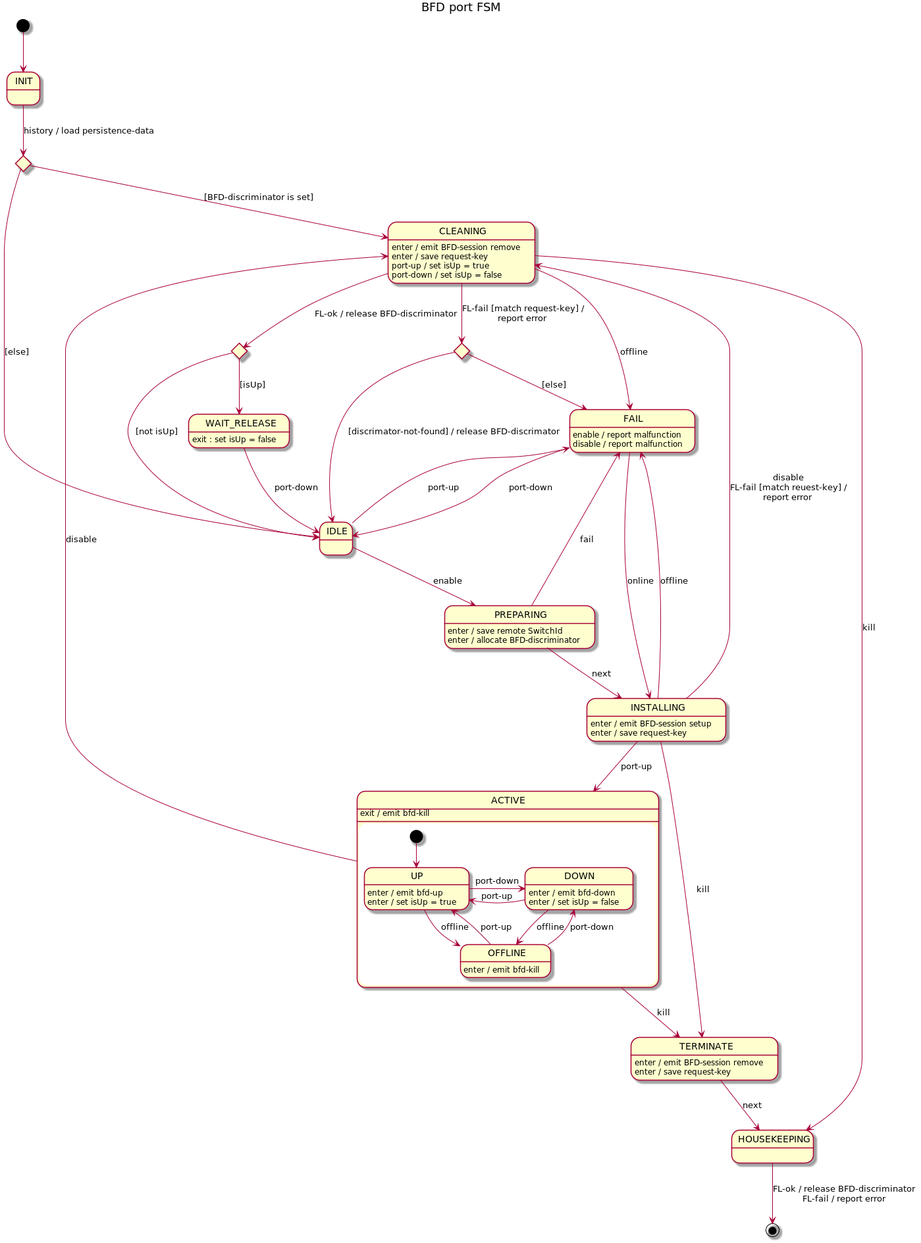
This is docs/design/network-discovery/bfd-port-FSM.png from telstra/open-kilda, a PlantUML export, as it was before one commit. Source of this version:
```plantuml
@startuml
title BFD port FSM

[*] --> INIT

state initChoice <<choice>>
INIT --> initChoice : history / load persistence-data

initChoice --> IDLE : [else]
initChoice --> CLEANING : [BFD-discriminator is set]

IDLE --> PREPARING : enable
IDLE --> FAIL : port-up

PREPARING --> INSTALLING : next
PREPARING --> FAIL : fail
PREPARING : enter / save remote SwitchId
PREPARING : enter / allocate BFD-discriminator

INSTALLING --> ACTIVE : port-up
INSTALLING --> CLEANING : disable\nFL-fail [match reuest-key] /\nreport error
INSTALLING --> FAIL : offline
INSTALLING --> TERMINATE : kill
INSTALLING : enter / emit BFD-session setup
INSTALLING : enter / save request-key

state failChoice <<choice>>
state cleaningChoice <<choice>>

CLEANING --> cleaningChoice : FL-ok / release BFD-discriminator
CLEANING --> failChoice : FL-fail [match request-key] /\nreport error
CLEANING --> FAIL : offline
CLEANING --> HOUSEKEEPING : kill
CLEANING : enter / emit BFD-session remove
CLEANING : enter / save request-key
CLEANING : port-up / set isUp = true
CLEANING : port-down / set isUp = false

failChoice --> IDLE : [discrimator-not-found] / release BFD-discrimator
failChoice --> FAIL : [else]

cleaningChoice --> IDLE : [not isUp]
cleaningChoice --> WAIT_RELEASE : [isUp]

WAIT_RELEASE --> IDLE : port-down
WAIT_RELEASE : exit : set isUp = false

state ACTIVE {
    [*] --> UP

    UP -r-> DOWN : port-down
    UP --> OFFLINE : offline
    UP : enter / emit bfd-up
    UP : enter / set isUp = true

    DOWN -l-> UP : port-up
    DOWN --> OFFLINE : offline
    DOWN : enter / emit bfd-down
    DOWN : enter / set isUp = false

    OFFLINE --> UP : port-up
    OFFLINE --> DOWN : port-down
    OFFLINE : enter / emit bfd-kill
}
ACTIVE -u-> CLEANING : disable
ACTIVE --> TERMINATE : kill
ACTIVE : exit / emit bfd-kill

TERMINATE --> HOUSEKEEPING : next
TERMINATE : enter / emit BFD-session remove
TERMINATE : enter / save request-key

HOUSEKEEPING --> [*] : FL-ok / release BFD-discriminator\nFL-fail / report error

FAIL --> IDLE : port-down
FAIL --> INSTALLING : online
FAIL : enable / report malfunction
FAIL : disable / report malfunction

@enduml
```
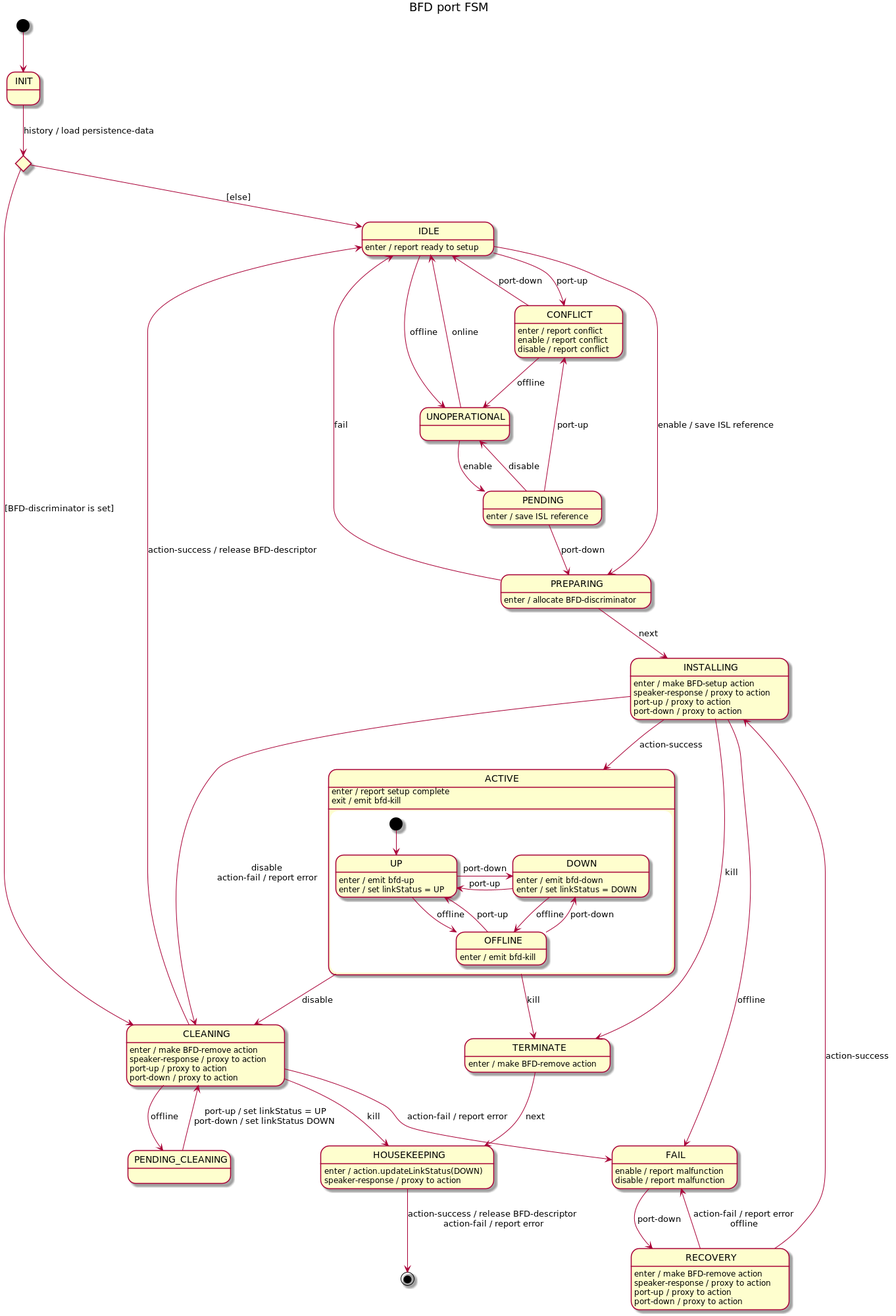
Later version of the same file.

Commit message:
Extend online/offline handling into BFD-session management

The edit, as a diff of the source:
```diff
@@ -1,4 +1,4 @@
-@startuml
+@startuml bfd-port-FSM
 title BFD port FSM
 
 [*] --> INIT
@@ -9,41 +9,46 @@
 initChoice --> IDLE : [else]
 initChoice --> CLEANING : [BFD-discriminator is set]
 
-IDLE --> PREPARING : enable
-IDLE --> FAIL : port-up
+IDLE --> PREPARING : enable / save ISL reference
+IDLE --> CONFLICT : port-up
+IDLE --> UNOPERATIONAL : offline
+IDLE : enter / report ready to setup
 
+UNOPERATIONAL --> IDLE : online
+UNOPERATIONAL --> PENDING : enable
+
+CONFLICT --> IDLE : port-down
+CONFLICT --> UNOPERATIONAL : offline
+CONFLICT : enter / report conflict
+CONFLICT : enable / report conflict
+CONFLICT : disable / report conflict
+
+PENDING --> UNOPERATIONAL : disable
+PENDING --> PREPARING : port-down
+PENDING --> CONFLICT : port-up
+PENDING : enter / save ISL reference
+
+PREPARING --> IDLE : fail
 PREPARING --> INSTALLING : next
-PREPARING --> FAIL : fail
-PREPARING : enter / save remote SwitchId
 PREPARING : enter / allocate BFD-discriminator
 
-INSTALLING --> ACTIVE : port-up
-INSTALLING --> CLEANING : disable\nFL-fail [match reuest-key] /\nreport error
+INSTALLING --> ACTIVE : action-success
+INSTALLING --> CLEANING : disable\naction-fail / report error
 INSTALLING --> FAIL : offline
 INSTALLING --> TERMINATE : kill
-INSTALLING : enter / emit BFD-session setup
-INSTALLING : enter / save request-key
+INSTALLING : enter / make BFD-setup action
+INSTALLING : speaker-response / proxy to action
+INSTALLING : port-up / proxy to action
+INSTALLING : port-down / proxy to action
 
-state failChoice <<choice>>
-state cleaningChoice <<choice>>
-
-CLEANING --> cleaningChoice : FL-ok / release BFD-discriminator
-CLEANING --> failChoice : FL-fail [match request-key] /\nreport error
-CLEANING --> FAIL : offline
+CLEANING --> IDLE : action-success / release BFD-descriptor
+CLEANING --> FAIL : action-fail / report error
+CLEANING --> PENDING_CLEANING : offline
 CLEANING --> HOUSEKEEPING : kill
-CLEANING : enter / emit BFD-session remove
-CLEANING : enter / save request-key
-CLEANING : port-up / set isUp = true
-CLEANING : port-down / set isUp = false
-
-failChoice --> IDLE : [discrimator-not-found] / release BFD-discrimator
-failChoice --> FAIL : [else]
-
-cleaningChoice --> IDLE : [not isUp]
-cleaningChoice --> WAIT_RELEASE : [isUp]
-
-WAIT_RELEASE --> IDLE : port-down
-WAIT_RELEASE : exit : set isUp = false
+CLEANING : enter / make BFD-remove action
+CLEANING : speaker-response / proxy to action
+CLEANING : port-up / proxy to action
+CLEANING : port-down / proxy to action
 
 state ACTIVE {
     [*] --> UP
@@ -51,30 +56,40 @@
     UP -r-> DOWN : port-down
     UP --> OFFLINE : offline
     UP : enter / emit bfd-up
-    UP : enter / set isUp = true
+    UP : enter / set linkStatus = UP
 
     DOWN -l-> UP : port-up
     DOWN --> OFFLINE : offline
     DOWN : enter / emit bfd-down
-    DOWN : enter / set isUp = false
+    DOWN : enter / set linkStatus = DOWN
 
     OFFLINE --> UP : port-up
     OFFLINE --> DOWN : port-down
     OFFLINE : enter / emit bfd-kill
 }
-ACTIVE -u-> CLEANING : disable
+ACTIVE --> CLEANING : disable
 ACTIVE --> TERMINATE : kill
+ACTIVE : enter / report setup complete
 ACTIVE : exit / emit bfd-kill
 
 TERMINATE --> HOUSEKEEPING : next
-TERMINATE : enter / emit BFD-session remove
-TERMINATE : enter / save request-key
+TERMINATE : enter / make BFD-remove action
 
-HOUSEKEEPING --> [*] : FL-ok / release BFD-discriminator\nFL-fail / report error
+HOUSEKEEPING --> [*] : action-success / release BFD-descriptor\naction-fail / report error
+HOUSEKEEPING : enter / action.updateLinkStatus(DOWN)
+HOUSEKEEPING : speaker-response / proxy to action
 
-FAIL --> IDLE : port-down
-FAIL --> INSTALLING : online
+FAIL --> RECOVERY : port-down
 FAIL : enable / report malfunction
 FAIL : disable / report malfunction
 
+PENDING_CLEANING --> CLEANING : port-up / set linkStatus = UP\nport-down / set linkStatus DOWN
+
+RECOVERY --> INSTALLING : action-success
+RECOVERY --> FAIL : action-fail / report error\noffline
+RECOVERY : enter / make BFD-remove action
+RECOVERY : speaker-response / proxy to action
+RECOVERY : port-up / proxy to action
+RECOVERY : port-down / proxy to action
+
 @enduml
```
